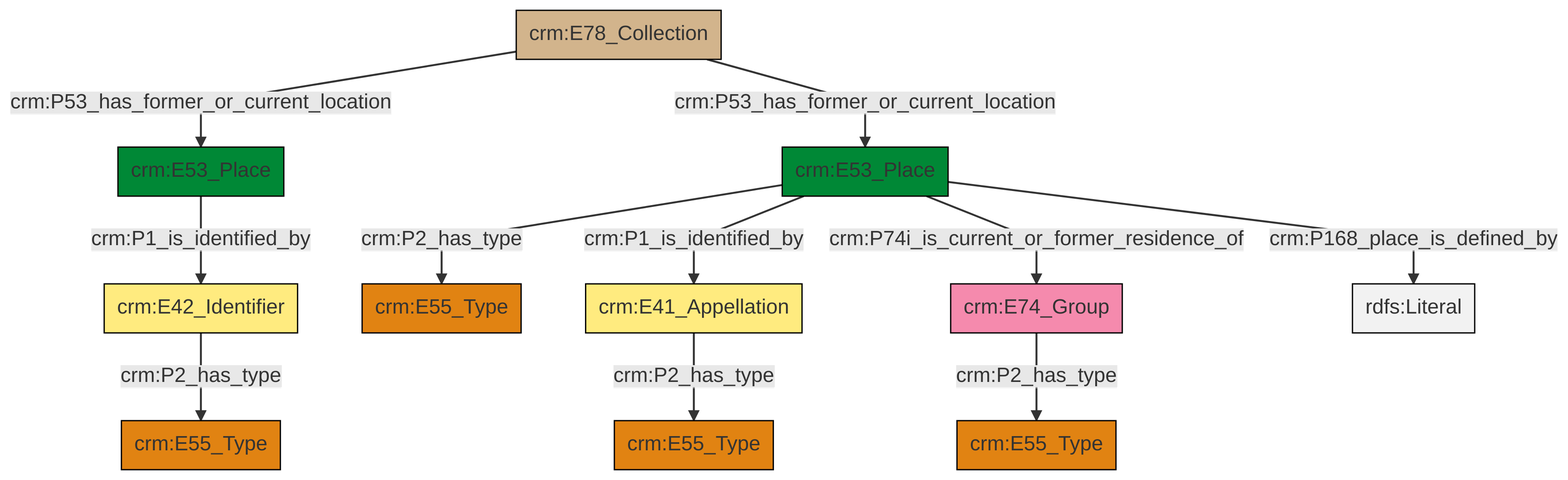
The Mermaid diagram et/archivalCSV/ttl/mmd/png/archival_location.png in swiss-art-research-net/docs.swissartresearch, before a commit. Its source is kept beside it as et/archivalCSV/ttl/mmd/archival_location.ttl.mmd.
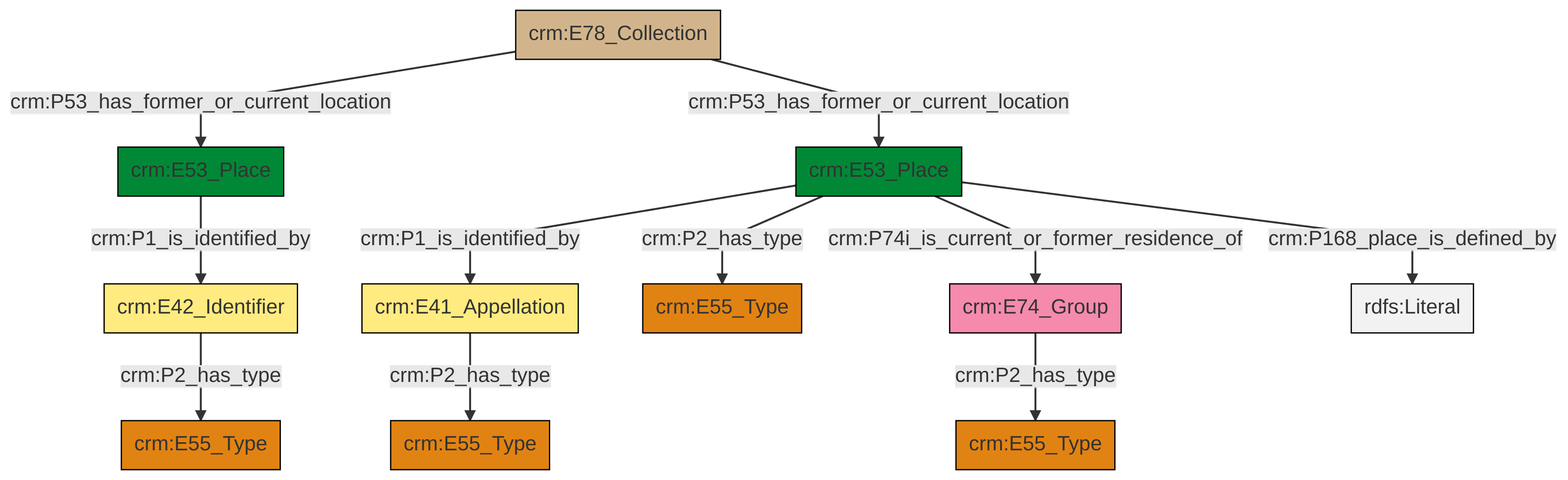
Above is the later version.

The edit, as a diff of the source:
```diff
@@ -13,13 +13,13 @@
 classDef PC_Classes fill:#4ce600, stroke:#000000;
 classDef Multi fill:#cccccc,stroke:#000000;
 
-4["crm:E53_Place"]:::Place -->|crm:P2_has_type| 5["crm:E55_Type"]:::Type
-6["crm:E41_Appellation"]:::Appellation -->|crm:P2_has_type| 7["crm:E55_Type"]:::Type
-8["crm:E78_Collection"]:::Physical_Thing -->|crm:P53_has_former_or_current_location| 9["crm:E53_Place"]:::Place
-4["crm:E53_Place"]:::Place -->|crm:P1_is_identified_by| 6["crm:E41_Appellation"]:::Appellation
-9["crm:E53_Place"]:::Place -->|crm:P1_is_identified_by| 2["crm:E42_Identifier"]:::Appellation
-2["crm:E42_Identifier"]:::Appellation -->|crm:P2_has_type| 0["crm:E55_Type"]:::Type
-4["crm:E53_Place"]:::Place -->|crm:P74i_is_current_or_former_residence_of| 14["crm:E74_Group"]:::Actor
-8["crm:E78_Collection"]:::Physical_Thing -->|crm:P53_has_former_or_current_location| 4["crm:E53_Place"]:::Place
-4["crm:E53_Place"]:::Place -->|crm:P168_place_is_defined_by| 23[rdfs:Literal]:::Literal
-14["crm:E74_Group"]:::Actor -->|crm:P2_has_type| 17["crm:E55_Type"]:::Type
+0["crm:E78_Collection"]:::Physical_Thing -->|crm:P53_has_former_or_current_location| 1["crm:E53_Place"]:::Place
+2["crm:E53_Place"]:::Place -->|crm:P1_is_identified_by| 3["crm:E41_Appellation"]:::Appellation
+10["crm:E74_Group"]:::Actor -->|crm:P2_has_type| 6["crm:E55_Type"]:::Type
+2["crm:E53_Place"]:::Place -->|crm:P2_has_type| 16["crm:E55_Type"]:::Type
+1["crm:E53_Place"]:::Place -->|crm:P1_is_identified_by| 18["crm:E42_Identifier"]:::Appellation
+2["crm:E53_Place"]:::Place -->|crm:P168_place_is_defined_by| 21[rdfs:Literal]:::Literal
+2["crm:E53_Place"]:::Place -->|crm:P74i_is_current_or_former_residence_of| 10["crm:E74_Group"]:::Actor
+0["crm:E78_Collection"]:::Physical_Thing -->|crm:P53_has_former_or_current_location| 2["crm:E53_Place"]:::Place
+18["crm:E42_Identifier"]:::Appellation -->|crm:P2_has_type| 8["crm:E55_Type"]:::Type
+3["crm:E41_Appellation"]:::Appellation -->|crm:P2_has_type| 4["crm:E55_Type"]:::Type
```
